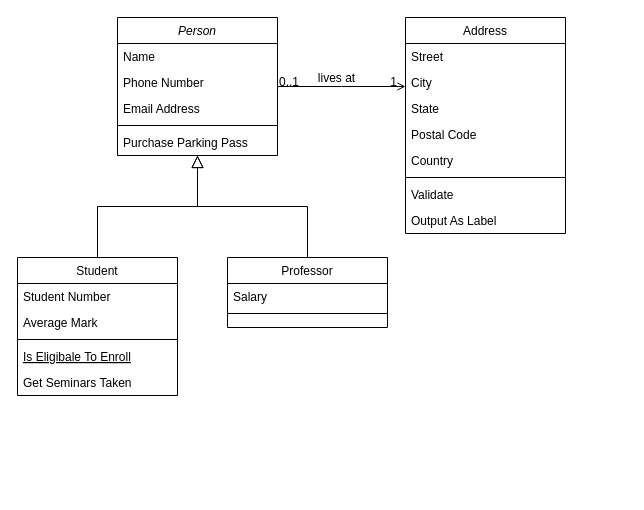
Earlier version of the draw.io diagram Untitled Diagram.drawio (fiyin35/SoftwareArchitecture). Source tidied: cells renumbered, new cells numbered last; positions are measured from the earlier drawing's top-left corner, leaving out a move shared by most shapes. Both pictures are drawn from the tidied source at 100%, with x=0, y=0 at pixel (17, 17).
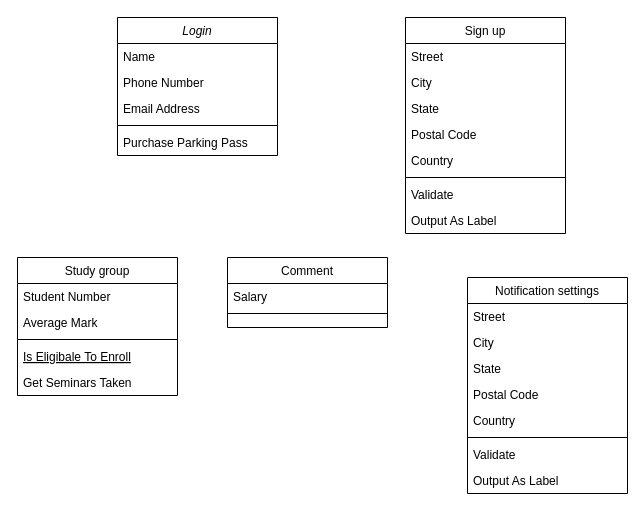
The same diagram, later.

The edit, as a diff of the source:
```diff
@@
-    <mxCell id="2" value="Person" style="swimlane;fontStyle=2;align=center;verticalAlign=top;horizontal=1;startSize=26;rounded=0;shadow=0;strokeWidth=1;" parent="1" vertex="1">
+    <mxCell id="2" value="Login" style="swimlane;fontStyle=2;align=center;verticalAlign=top;horizontal=1;startSize=26;rounded=0;shadow=0;strokeWidth=1;" parent="1" vertex="1">
       <mxGeometry x="100" width="160" height="138" as="geometry" />
     </mxCell>
@@
-    <mxCell id="8" value="Student" style="swimlane;fontStyle=0;align=center;verticalAlign=top;horizontal=1;startSize=26;rounded=0;shadow=0;strokeWidth=1;" parent="1" vertex="1">
+    <mxCell id="8" value="Study group" style="swimlane;fontStyle=0;align=center;verticalAlign=top;horizontal=1;startSize=26;rounded=0;shadow=0;strokeWidth=1;" parent="1" vertex="1">
       <mxGeometry y="240" width="160" height="138" as="geometry" />
     </mxCell>
@@
-    <mxCell id="14" style="endArrow=block;endSize=10;endFill=0;shadow=0;strokeWidth=1;rounded=0;edgeStyle=elbowEdgeStyle;elbow=vertical;" parent="1" edge="1" source="8" target="2">
-      <mxGeometry relative="1" as="geometry" />
-    </mxCell>
-    <mxCell id="15" value="Professor" style="swimlane;fontStyle=0;align=center;verticalAlign=top;horizontal=1;startSize=26;rounded=0;shadow=0;strokeWidth=1;" parent="1" vertex="1">
+    <mxCell id="15" value="Comment" style="swimlane;fontStyle=0;align=center;verticalAlign=top;horizontal=1;startSize=26;rounded=0;shadow=0;strokeWidth=1;" parent="1" vertex="1">
       <mxGeometry x="210" y="240" width="160" height="70" as="geometry" />
     </mxCell>
@@
-    <mxCell id="18" style="endArrow=block;endSize=10;endFill=0;shadow=0;strokeWidth=1;rounded=0;edgeStyle=elbowEdgeStyle;elbow=vertical;" parent="1" edge="1" source="15" target="2">
-      <mxGeometry relative="1" as="geometry" />
-    </mxCell>
-    <mxCell id="19" value="Address" style="swimlane;fontStyle=0;align=center;verticalAlign=top;horizontal=1;startSize=26;rounded=0;shadow=0;strokeWidth=1;" parent="1" vertex="1">
+    <mxCell id="19" value="Sign up" style="swimlane;fontStyle=0;align=center;verticalAlign=top;horizontal=1;startSize=26;rounded=0;shadow=0;strokeWidth=1;" parent="1" vertex="1">
       <mxGeometry x="388" width="160" height="216" as="geometry" />
     </mxCell>
@@
-    <mxCell id="28" style="endArrow=open;shadow=0;strokeWidth=1;rounded=0;endFill=1;edgeStyle=elbowEdgeStyle;elbow=vertical;" parent="1" edge="1" source="2" target="19">
-      <mxGeometry x="0.5" y="41" relative="1" as="geometry">
-        <mxPoint x="-40" y="32" as="offset" />
-      </mxGeometry>
-    </mxCell>
-    <mxCell id="29" value="0..1" style="align=left;verticalAlign=bottom;labelBackgroundColor=none;fontSize=12;" parent="28" vertex="1">
-      <mxGeometry x="-1" relative="1" as="geometry">
-        <mxPoint y="4" as="offset" />
-      </mxGeometry>
-    </mxCell>
-    <mxCell id="30" value="1" style="align=right;verticalAlign=bottom;labelBackgroundColor=none;fontSize=12;" parent="28" vertex="1">
-      <mxGeometry x="1" relative="1" as="geometry">
-        <mxPoint x="-7" y="4" as="offset" />
-      </mxGeometry>
-    </mxCell>
-    <mxCell id="31" value="lives at" style="text;html=1;align=center;verticalAlign=middle;labelBackgroundColor=none;rounded=0;shadow=0;strokeWidth=1;fontSize=12;" parent="28" vertex="1">
-      <mxGeometry x="0.5" y="49" relative="1" as="geometry">
-        <mxPoint x="-38" y="40" as="offset" />
-      </mxGeometry>
-    </mxCell>
+    <mxCell id="32" value="Notification settings" style="swimlane;fontStyle=0;align=center;verticalAlign=top;horizontal=1;startSize=26;rounded=0;shadow=0;strokeWidth=1;" parent="1" vertex="1">
+      <mxGeometry x="450" y="260" width="160" height="216" as="geometry" />
+    </mxCell>
+    <mxCell id="33" value="Street" style="text;align=left;verticalAlign=top;spacingLeft=4;spacingRight=4;overflow=hidden;" parent="32" vertex="1">
+      <mxGeometry y="26" width="160" height="26" as="geometry" />
+    </mxCell>
+    <mxCell id="34" value="City" style="text;align=left;verticalAlign=top;spacingLeft=4;spacingRight=4;overflow=hidden;rounded=0;shadow=0;html=0;" parent="32" vertex="1">
+      <mxGeometry y="52" width="160" height="26" as="geometry" />
+    </mxCell>
+    <mxCell id="35" value="State" style="text;align=left;verticalAlign=top;spacingLeft=4;spacingRight=4;overflow=hidden;rounded=0;shadow=0;html=0;" parent="32" vertex="1">
+      <mxGeometry y="78" width="160" height="26" as="geometry" />
+    </mxCell>
+    <mxCell id="36" value="Postal Code" style="text;align=left;verticalAlign=top;spacingLeft=4;spacingRight=4;overflow=hidden;rounded=0;shadow=0;html=0;" parent="32" vertex="1">
+      <mxGeometry y="104" width="160" height="26" as="geometry" />
+    </mxCell>
+    <mxCell id="37" value="Country" style="text;align=left;verticalAlign=top;spacingLeft=4;spacingRight=4;overflow=hidden;rounded=0;shadow=0;html=0;" parent="32" vertex="1">
+      <mxGeometry y="130" width="160" height="26" as="geometry" />
+    </mxCell>
+    <mxCell id="38" style="line;html=1;strokeWidth=1;align=left;verticalAlign=middle;spacingTop=-1;spacingLeft=3;spacingRight=3;labelPosition=right;" parent="32" vertex="1">
+      <mxGeometry y="156" width="160" height="8" as="geometry" />
+    </mxCell>
+    <mxCell id="39" value="Validate" style="text;align=left;verticalAlign=top;spacingLeft=4;spacingRight=4;overflow=hidden;" parent="32" vertex="1">
+      <mxGeometry y="164" width="160" height="26" as="geometry" />
+    </mxCell>
+    <mxCell id="40" value="Output As Label" style="text;align=left;verticalAlign=top;spacingLeft=4;spacingRight=4;overflow=hidden;" parent="32" vertex="1">
+      <mxGeometry y="190" width="160" height="26" as="geometry" />
+    </mxCell>
```
